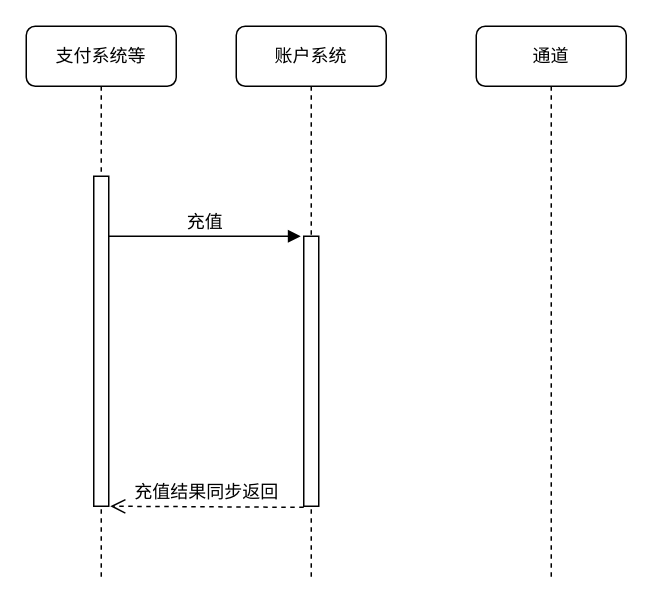
Before: xc-account/chart/充值流程图.drawio in waterStone528/job, a draw.io diagram. Source tidied: cells renumbered, new cells numbered last; positions are measured from the earlier drawing's top-left corner, leaving out a move shared by most shapes. Both pictures are drawn from the tidied source at 150%, with x=0, y=0 at pixel (26, 26).
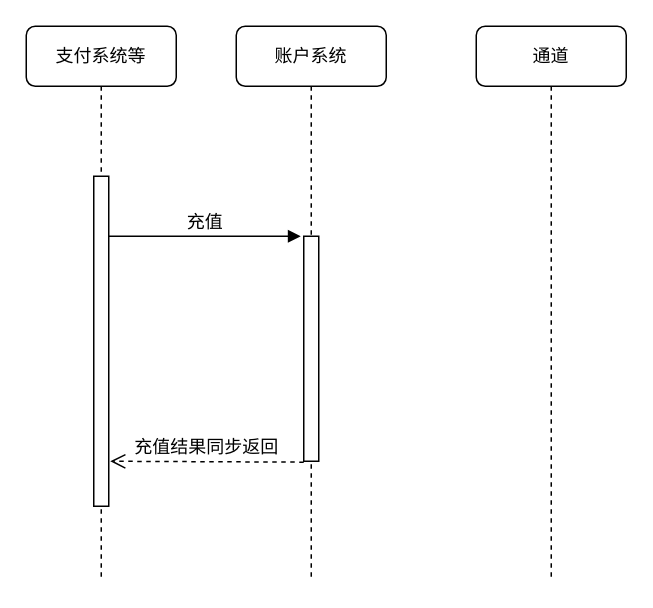
The same diagram, later.

Commit message:
更新充值流程图.drawio

Diff of the diagram source:
```diff
@@
 <mxGraphModel background="#ffffff">
   <root>
     <mxCell id="0" />
     <mxCell id="1" parent="0" />
     <mxCell id="2" value="账户系统" style="shape=umlLifeline;perimeter=lifelinePerimeter;whiteSpace=wrap;html=1;rounded=1;shadow=0;comic=0;labelBackgroundColor=none;strokeColor=#000000;strokeWidth=1;fillColor=#FFFFFF;fontFamily=Verdana;fontSize=12;fontColor=#000000;align=center;" parent="1" vertex="1">
       <mxGeometry x="140" width="100" height="370" as="geometry" />
     </mxCell>
     <mxCell id="3" style="html=1;points=[];perimeter=orthogonalPerimeter;rounded=0;shadow=0;comic=0;labelBackgroundColor=none;strokeColor=#000000;strokeWidth=1;fillColor=#FFFFFF;fontFamily=Verdana;fontSize=12;fontColor=#000000;align=center;" parent="2" vertex="1">
-      <mxGeometry x="45" y="140" width="10" height="180" as="geometry" />
+      <mxGeometry x="45" y="140" width="10" height="150" as="geometry" />
     </mxCell>
     <mxCell id="4" value="通道" style="shape=umlLifeline;perimeter=lifelinePerimeter;whiteSpace=wrap;html=1;rounded=1;shadow=0;comic=0;labelBackgroundColor=none;strokeColor=#000000;strokeWidth=1;fillColor=#FFFFFF;fontFamily=Verdana;fontSize=12;fontColor=#000000;align=center;" parent="1" vertex="1">
       <mxGeometry x="300" width="100" height="370" as="geometry" />
     </mxCell>
     <mxCell id="5" value="支付系统等" style="shape=umlLifeline;perimeter=lifelinePerimeter;whiteSpace=wrap;html=1;rounded=1;shadow=0;comic=0;labelBackgroundColor=none;strokeColor=#000000;strokeWidth=1;fillColor=#FFFFFF;fontFamily=Verdana;fontSize=12;fontColor=#000000;align=center;" parent="1" vertex="1">
       <mxGeometry width="100" height="370" as="geometry" />
     </mxCell>
     <mxCell id="6" style="html=1;points=[];perimeter=orthogonalPerimeter;rounded=0;shadow=0;comic=0;labelBackgroundColor=none;strokeColor=#000000;strokeWidth=1;fillColor=#FFFFFF;fontFamily=Verdana;fontSize=12;fontColor=#000000;align=center;" parent="5" vertex="1">
       <mxGeometry x="45" y="100" width="10" height="220" as="geometry" />
     </mxCell>
-    <mxCell id="7" value="充值结果同步返回" style="html=1;verticalAlign=bottom;endArrow=open;dashed=1;endSize=8;exitX=0;exitY=1.004;labelBackgroundColor=none;fontFamily=Verdana;fontSize=12;entryX=1.1;entryY=1;entryDx=0;entryDy=0;entryPerimeter=0;exitDx=0;exitDy=0;exitPerimeter=0;" parent="1" edge="1" source="3" target="6">
-      <mxGeometry relative="1" as="geometry" />
+    <mxCell id="7" value="充值结果同步返回" style="html=1;verticalAlign=bottom;endArrow=open;dashed=1;endSize=8;exitX=0;exitY=1.004;labelBackgroundColor=none;fontFamily=Verdana;fontSize=12;exitDx=0;exitDy=0;exitPerimeter=0;" parent="1" edge="1" source="3">
+      <mxGeometry relative="1" as="geometry">
+        <mxPoint x="56" y="290" as="targetPoint" />
+      </mxGeometry>
     </mxCell>
     <mxCell id="8" value="充值" style="html=1;verticalAlign=bottom;endArrow=block;labelBackgroundColor=none;fontFamily=Verdana;fontSize=12;edgeStyle=elbowEdgeStyle;elbow=vertical;" parent="1" edge="1" source="6">
       <mxGeometry relative="1" as="geometry">
         <mxPoint x="183" y="140" as="targetPoint" />
       </mxGeometry>
     </mxCell>
   </root>
 </mxGraphModel>
```
